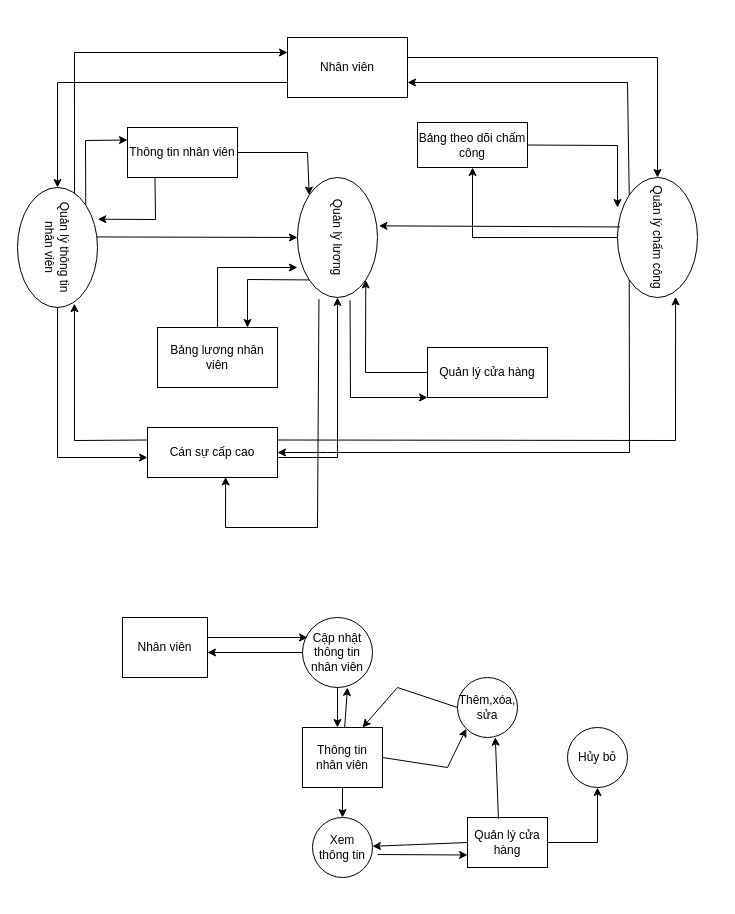
This is page "Trang-1" (1 of 2) of Biểu đồ không có tiêu đề.drawio from VanTruongPTITHCM2002/DoAnJava, a draw.io file, before an edit. Source tidied: cells renumbered, new cells numbered last; positions are measured from the earlier drawing's top-left corner, leaving out a move shared by most shapes. Both pictures are drawn from the tidied source at 100%, with x=0, y=0 at pixel (-3, 37).
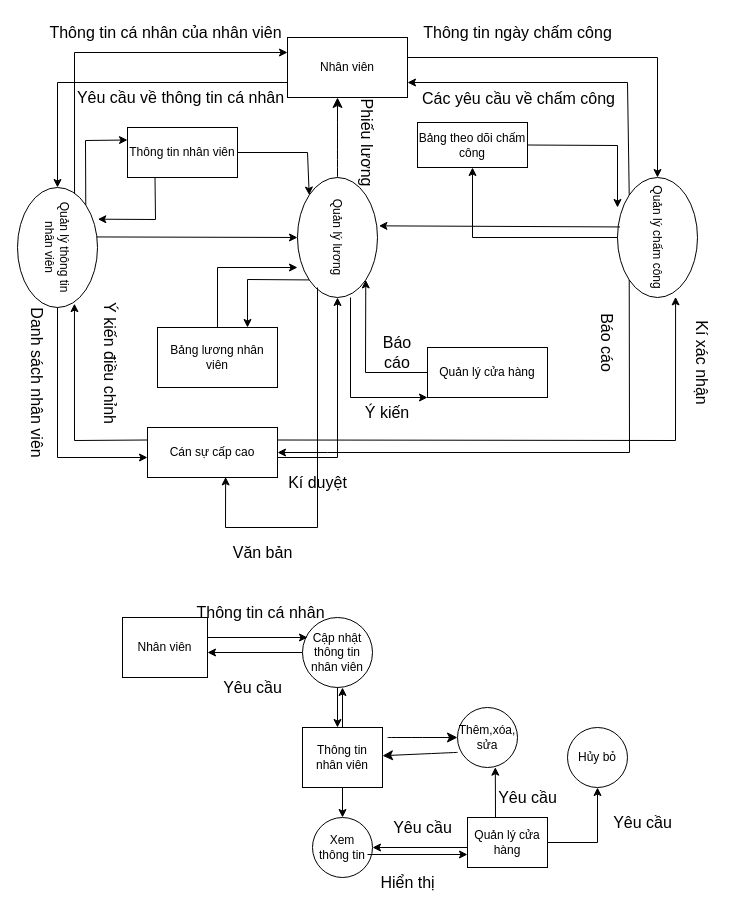
The same diagram, later.

Commit message:
Cập nhật Biểu đồ không có tiêu đề.drawio

The change refers to these unchanged cells:
```xml
<mxCell id="6" value="Cán sự cấp cao" style="rounded=0;whiteSpace=wrap;html=1;" parent="1" vertex="1">
  <mxGeometry x="150" y="390" width="130" height="50" as="geometry" />
</mxCell>
<mxCell id="7" value="Quản lý lương" style="ellipse;whiteSpace=wrap;html=1;rotation=90;" parent="1" vertex="1">
  <mxGeometry x="280" y="160" width="120" height="80" as="geometry" />
</mxCell>
<mxCell id="16" value="Quản lý cửa hàng" style="rounded=0;whiteSpace=wrap;html=1;" parent="1" vertex="1">
  <mxGeometry x="430" y="310" width="120" height="50" as="geometry" />
</mxCell>
<mxCell id="21" style="endArrow=classic;html=1;rounded=0;exitX=0;exitY=1;exitDx=0;exitDy=0;entryX=1;entryY=0.75;entryDx=0;entryDy=0;" parent="1" edge="1" source="19" target="2">
  <mxGeometry relative="1" as="geometry">
    <Array as="points">
      <mxPoint x="630" y="45" />
    </Array>
  </mxGeometry>
</mxCell>
<mxCell id="36" value="Thông tin nhân viên" style="rounded=0;whiteSpace=wrap;html=1;" parent="1" vertex="1">
  <mxGeometry x="305" y="690" width="80" height="60" as="geometry" />
</mxCell>
<mxCell id="39" value="Xem thông tin" style="ellipse;whiteSpace=wrap;html=1;" parent="1" vertex="1">
  <mxGeometry x="315" y="780" width="60" height="60" as="geometry" />
</mxCell>
<mxCell id="41" value="Quản lý cửa hàng" style="rounded=0;whiteSpace=wrap;html=1;" parent="1" vertex="1">
  <mxGeometry x="470" y="780" width="80" height="50" as="geometry" />
</mxCell>
```

Diff of the diagram source:
```diff
@@
-    <mxCell id="18" style="endArrow=classic;html=1;rounded=0;exitX=1.023;exitY=0.343;exitDx=0;exitDy=0;exitPerimeter=0;entryX=0;entryY=1;entryDx=0;entryDy=0;" parent="1" edge="1" source="7" target="16">
+    <mxCell id="18" style="endArrow=classic;html=1;rounded=0;entryX=0;entryY=1;entryDx=0;entryDy=0;" parent="1" edge="1" target="16">
       <mxGeometry relative="1" as="geometry">
+        <mxPoint x="353" y="260" as="sourcePoint" />
         <Array as="points">
           <mxPoint x="353" y="360" />
         </Array>
       </mxGeometry>
     </mxCell>
@@
+    <mxCell id="50" value="Các yêu cầu về chấm công" style="edgeLabel;html=1;align=center;verticalAlign=middle;fontSize=16;" parent="21" vertex="1">
+      <mxGeometry x="0.53" y="5" relative="1" as="geometry">
+        <mxPoint x="32" y="10" as="offset" />
+      </mxGeometry>
+    </mxCell>
@@
-    <mxCell id="27" style="endArrow=classic;html=1;rounded=0;exitX=1.014;exitY=0.732;exitDx=0;exitDy=0;exitPerimeter=0;entryX=0.601;entryY=0.989;entryDx=0;entryDy=0;entryPerimeter=0;" parent="1" edge="1" source="7" target="6">
+    <mxCell id="27" style="endArrow=classic;html=1;rounded=0;entryX=0.601;entryY=0.989;entryDx=0;entryDy=0;entryPerimeter=0;" parent="1" edge="1" target="6">
       <mxGeometry relative="1" as="geometry">
+        <mxPoint x="320" y="250" as="sourcePoint" />
         <Array as="points">
           <mxPoint x="320" y="490" />
           <mxPoint x="228" y="490" />
         </Array>
       </mxGeometry>
     </mxCell>
@@
     <mxCell id="38" style="endArrow=classic;html=1;rounded=0;" parent="1" edge="1" source="36">
       <mxGeometry relative="1" as="geometry">
-        <mxPoint x="350" y="650" as="targetPoint" />
-        <Array as="points">
-          <mxPoint x="350" y="650" />
-        </Array>
+        <mxPoint x="345" y="650" as="targetPoint" />
       </mxGeometry>
     </mxCell>
@@
-    <mxCell id="42" style="endArrow=classic;html=1;rounded=0;entryX=0;entryY=0.75;entryDx=0;entryDy=0;" parent="1" edge="1" target="41">
+    <mxCell id="42" style="endArrow=classic;html=1;rounded=0;" parent="1" edge="1">
       <mxGeometry relative="1" as="geometry">
-        <mxPoint x="380" y="817" as="sourcePoint" />
+        <mxPoint x="370" y="817" as="sourcePoint" />
+        <mxPoint x="470" y="817" as="targetPoint" />
       </mxGeometry>
     </mxCell>
-    <mxCell id="43" style="endArrow=classic;html=1;rounded=0;exitX=0;exitY=0.5;exitDx=0;exitDy=0;" parent="1" edge="1" source="41" target="39">
-      <mxGeometry relative="1" as="geometry" />
+    <mxCell id="43" style="endArrow=classic;html=1;rounded=0;entryX=1;entryY=0.5;entryDx=0;entryDy=0;" parent="1" edge="1" target="39">
+      <mxGeometry relative="1" as="geometry">
+        <mxPoint x="470" y="810" as="sourcePoint" />
+      </mxGeometry>
     </mxCell>
     <mxCell id="44" value="Thêm,xóa, sửa" style="ellipse;whiteSpace=wrap;html=1;" parent="1" vertex="1">
-      <mxGeometry x="460" y="640" width="60" height="60" as="geometry" />
+      <mxGeometry x="460" y="670" width="60" height="60" as="geometry" />
     </mxCell>
-    <mxCell id="45" style="endArrow=classic;html=1;rounded=0;exitX=0;exitY=0.5;exitDx=0;exitDy=0;entryX=0.75;entryY=0;entryDx=0;entryDy=0;" parent="1" edge="1" source="44" target="36">
-      <mxGeometry relative="1" as="geometry">
-        <Array as="points">
-          <mxPoint x="400" y="650" />
-        </Array>
-      </mxGeometry>
-    </mxCell>
-    <mxCell id="46" style="endArrow=classic;html=1;rounded=0;exitX=1;exitY=0.5;exitDx=0;exitDy=0;entryX=0;entryY=1;entryDx=0;entryDy=0;" parent="1" edge="1" source="36" target="44">
-      <mxGeometry relative="1" as="geometry">
-        <Array as="points">
-          <mxPoint x="450" y="730" />
-        </Array>
-      </mxGeometry>
-    </mxCell>
-    <mxCell id="47" style="endArrow=classic;html=1;rounded=0;exitX=0.387;exitY=0.026;exitDx=0;exitDy=0;exitPerimeter=0;entryX=0.63;entryY=0.995;entryDx=0;entryDy=0;entryPerimeter=0;" parent="1" edge="1" source="41" target="44">
-      <mxGeometry relative="1" as="geometry" />
+    <mxCell id="47" style="endArrow=classic;html=1;rounded=0;entryX=0.63;entryY=0.995;entryDx=0;entryDy=0;entryPerimeter=0;" parent="1" edge="1" target="44">
+      <mxGeometry relative="1" as="geometry">
+        <mxPoint x="498" y="780" as="sourcePoint" />
+      </mxGeometry>
     </mxCell>
@@
+    <mxCell id="51" value="Thông tin cá nhân của nhân viên" style="text;html=1;align=center;verticalAlign=middle;strokeColor=none;fillColor=none;fontSize=16;" parent="1" vertex="1">
+      <mxGeometry x="37.5" y="-20" width="260" height="30" as="geometry" />
+    </mxCell>
+    <mxCell id="52" value="Yêu cầu về thông tin cá nhân" style="text;html=1;align=center;verticalAlign=middle;strokeColor=none;fillColor=none;fontSize=16;" parent="1" vertex="1">
+      <mxGeometry x="67.5" y="45" width="230" height="30" as="geometry" />
+    </mxCell>
+    <mxCell id="53" value="Thông tin ngày chấm công" style="text;html=1;align=center;verticalAlign=middle;strokeColor=none;fillColor=none;fontSize=16;" parent="1" vertex="1">
+      <mxGeometry x="415" y="-20" width="210" height="30" as="geometry" />
+    </mxCell>
+    <mxCell id="54" style="endArrow=classic;html=1;rounded=0;fontSize=12;startSize=8;endSize=8;curved=1;exitX=0;exitY=0.5;exitDx=0;exitDy=0;" parent="1" edge="1" source="7">
+      <mxGeometry relative="1" as="geometry">
+        <mxPoint x="340" y="60" as="targetPoint" />
+      </mxGeometry>
+    </mxCell>
+    <mxCell id="55" value="Phiếu lương" style="text;html=1;align=center;verticalAlign=middle;strokeColor=none;fillColor=none;fontSize=16;rotation=90;" parent="1" vertex="1">
+      <mxGeometry x="315" y="90" width="110" height="30" as="geometry" />
+    </mxCell>
+    <mxCell id="56" value="Ý kiến điều chỉnh" style="text;html=1;align=center;verticalAlign=middle;strokeColor=none;fillColor=none;fontSize=16;rotation=90;" parent="1" vertex="1">
+      <mxGeometry x="37.5" y="310" width="150" height="30" as="geometry" />
+    </mxCell>
+    <mxCell id="57" value="Danh sách nhân viên" style="text;html=1;align=center;verticalAlign=middle;strokeColor=none;fillColor=none;fontSize=16;rotation=90;" parent="1" vertex="1">
+      <mxGeometry x="-45" y="330" width="170" height="30" as="geometry" />
+    </mxCell>
+    <mxCell id="58" value="Văn bản" style="text;html=1;align=center;verticalAlign=middle;strokeColor=none;fillColor=none;fontSize=16;" parent="1" vertex="1">
+      <mxGeometry x="225" y="500" width="80" height="30" as="geometry" />
+    </mxCell>
+    <mxCell id="59" value="Kí duyệt" style="text;html=1;align=center;verticalAlign=middle;strokeColor=none;fillColor=none;fontSize=16;" parent="1" vertex="1">
+      <mxGeometry x="280" y="430" width="80" height="30" as="geometry" />
+    </mxCell>
+    <mxCell id="60" value="Báo cáo" style="text;html=1;align=center;verticalAlign=middle;strokeColor=none;fillColor=none;fontSize=16;rotation=90;" parent="1" vertex="1">
+      <mxGeometry x="570" y="290" width="80" height="30" as="geometry" />
+    </mxCell>
+    <mxCell id="61" value="Kí xác nhận" style="text;html=1;align=center;verticalAlign=middle;strokeColor=none;fillColor=none;fontSize=16;rotation=90;" parent="1" vertex="1">
+      <mxGeometry x="650" y="310" width="110" height="30" as="geometry" />
+    </mxCell>
+    <mxCell id="62" value="Ý kiến" style="text;html=1;strokeColor=none;fillColor=none;align=center;verticalAlign=middle;whiteSpace=wrap;rounded=0;fontSize=16;" parent="1" vertex="1">
+      <mxGeometry x="360" y="360" width="60" height="30" as="geometry" />
+    </mxCell>
+    <mxCell id="63" value="Báo cáo" style="text;html=1;strokeColor=none;fillColor=none;align=center;verticalAlign=middle;whiteSpace=wrap;rounded=0;fontSize=16;" parent="1" vertex="1">
+      <mxGeometry x="370" y="300" width="60" height="30" as="geometry" />
+    </mxCell>
+    <mxCell id="64" value="Thông tin cá nhân" style="text;html=1;align=center;verticalAlign=middle;strokeColor=none;fillColor=none;fontSize=16;" parent="1" vertex="1">
+      <mxGeometry x="187.5" y="560" width="150" height="30" as="geometry" />
+    </mxCell>
+    <mxCell id="65" value="Yêu cầu" style="text;html=1;align=center;verticalAlign=middle;strokeColor=none;fillColor=none;fontSize=16;" parent="1" vertex="1">
+      <mxGeometry x="215" y="635" width="80" height="30" as="geometry" />
+    </mxCell>
+    <mxCell id="66" value="Hiển thị" style="text;html=1;align=center;verticalAlign=middle;strokeColor=none;fillColor=none;fontSize=16;" parent="1" vertex="1">
+      <mxGeometry x="370" y="830" width="80" height="30" as="geometry" />
+    </mxCell>
+    <mxCell id="67" value="Yêu cầu" style="text;html=1;align=center;verticalAlign=middle;strokeColor=none;fillColor=none;fontSize=16;" parent="1" vertex="1">
+      <mxGeometry x="385" y="775" width="80" height="30" as="geometry" />
+    </mxCell>
+    <mxCell id="68" value="Yêu cầu" style="text;html=1;align=center;verticalAlign=middle;strokeColor=none;fillColor=none;fontSize=16;" parent="1" vertex="1">
+      <mxGeometry x="490" y="745" width="80" height="30" as="geometry" />
+    </mxCell>
+    <mxCell id="69" value="Yêu cầu" style="text;html=1;align=center;verticalAlign=middle;strokeColor=none;fillColor=none;fontSize=16;" parent="1" vertex="1">
+      <mxGeometry x="605" y="770" width="80" height="30" as="geometry" />
+    </mxCell>
+    <mxCell id="70" style="endArrow=classic;html=1;rounded=0;fontSize=12;startSize=8;endSize=8;curved=1;entryX=0;entryY=0.5;entryDx=0;entryDy=0;" parent="1" edge="1" target="44">
+      <mxGeometry relative="1" as="geometry">
+        <mxPoint x="390" y="700" as="sourcePoint" />
+      </mxGeometry>
+    </mxCell>
+    <mxCell id="45" style="endArrow=classic;html=1;rounded=0;fontSize=12;startSize=8;endSize=8;curved=1;exitX=0.002;exitY=0.748;exitDx=0;exitDy=0;exitPerimeter=0;" parent="1" edge="1" source="44" target="36">
+      <mxGeometry relative="1" as="geometry" />
+    </mxCell>
```
